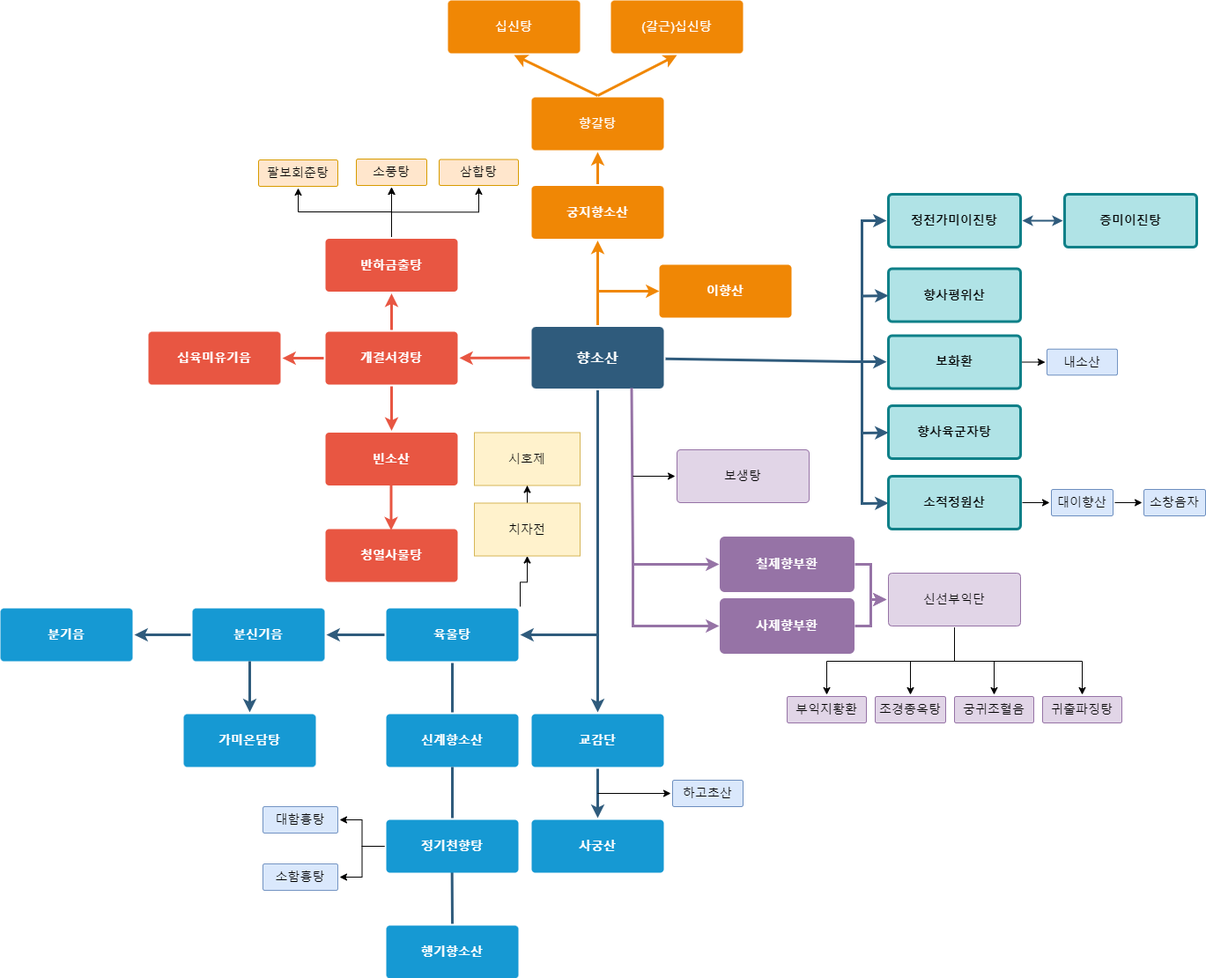
Above: 향소산플로우차트.drawio.png in Jinzin71/sparta (draw.io), before the change. Source tidied: cells renumbered, new cells last; positions are measured from the earlier drawing's top-left corner, leaving out a move shared by most shapes.
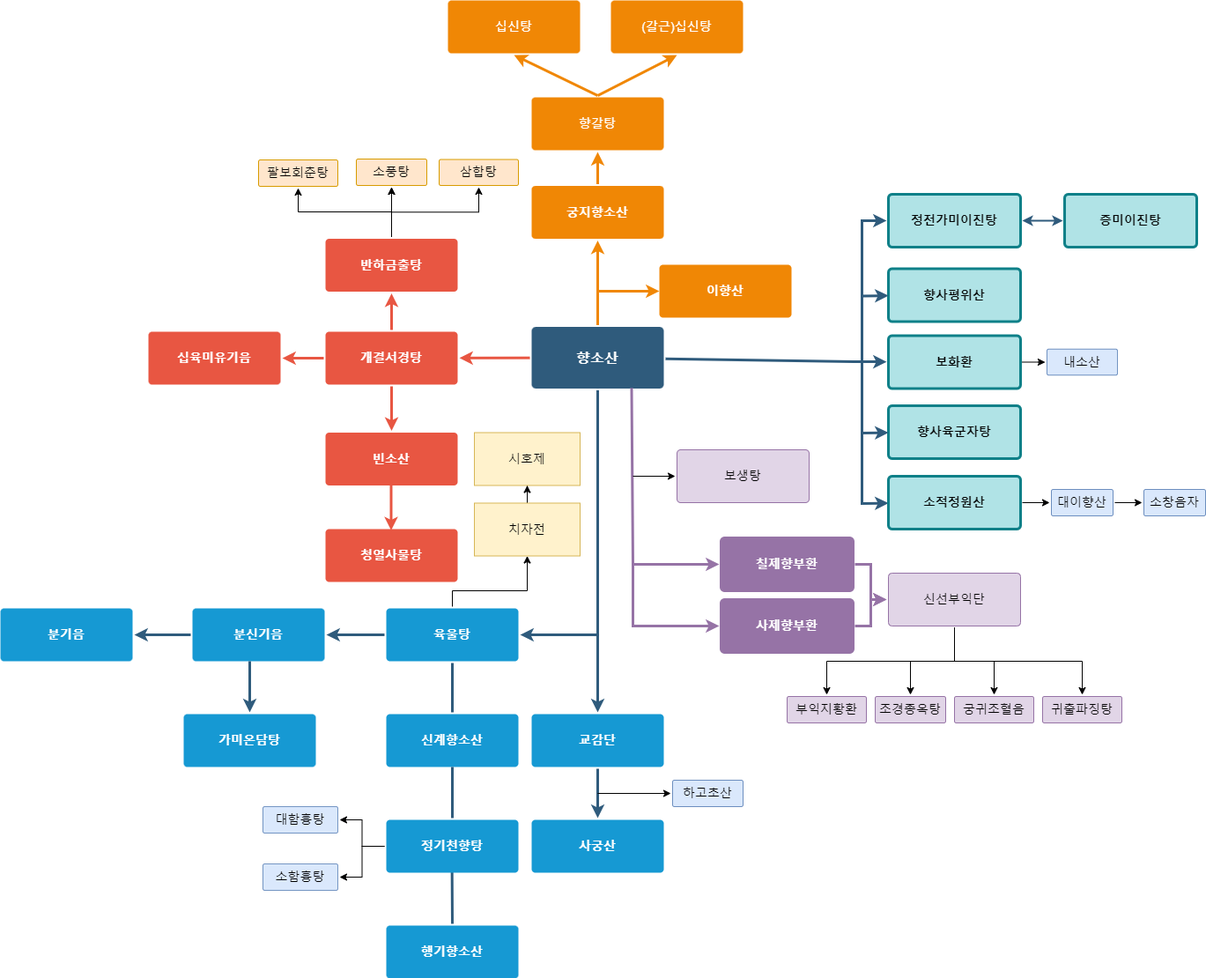
After the change.

Commit message:
향소산플로우차트.drawio.png 업데이트

Change to the diagram source:
```diff
@@ -161,8 +161,13 @@
         <mxPoint x="513" y="870" as="sourcePoint" />
       </mxGeometry>
     </mxCell>
-    <mxCell id="45" style="edgeStyle=orthogonalEdgeStyle;rounded=0;jettySize=auto;html=1;exitX=1;exitY=0;exitDx=0;exitDy=0;" parent="1" edge="1" source="46" target="68">
-      <mxGeometry relative="1" as="geometry" />
+    <mxCell id="45" style="edgeStyle=orthogonalEdgeStyle;rounded=0;jettySize=auto;html=1;exitX=0.5;exitY=0;exitDx=0;exitDy=0;" parent="1" edge="1" source="46" target="68">
+      <mxGeometry relative="1" as="geometry">
+        <Array as="points">
+          <mxPoint x="513" y="670" />
+          <mxPoint x="598" y="670" />
+        </Array>
+      </mxGeometry>
     </mxCell>
     <mxCell id="46" value="육울탕" style="rounded=1;whiteSpace=wrap;html=1;shadow=0;labelBackgroundColor=none;strokeColor=none;strokeWidth=3;fillColor=#1699d3;fontFamily=Helvetica;fontSize=14;fontColor=#FFFFFF;align=center;spacing=5;fontStyle=1;arcSize=7;perimeterSpacing=2;" parent="1" vertex="1">
       <mxGeometry x="438" y="690" width="150" height="60" as="geometry" />
```
